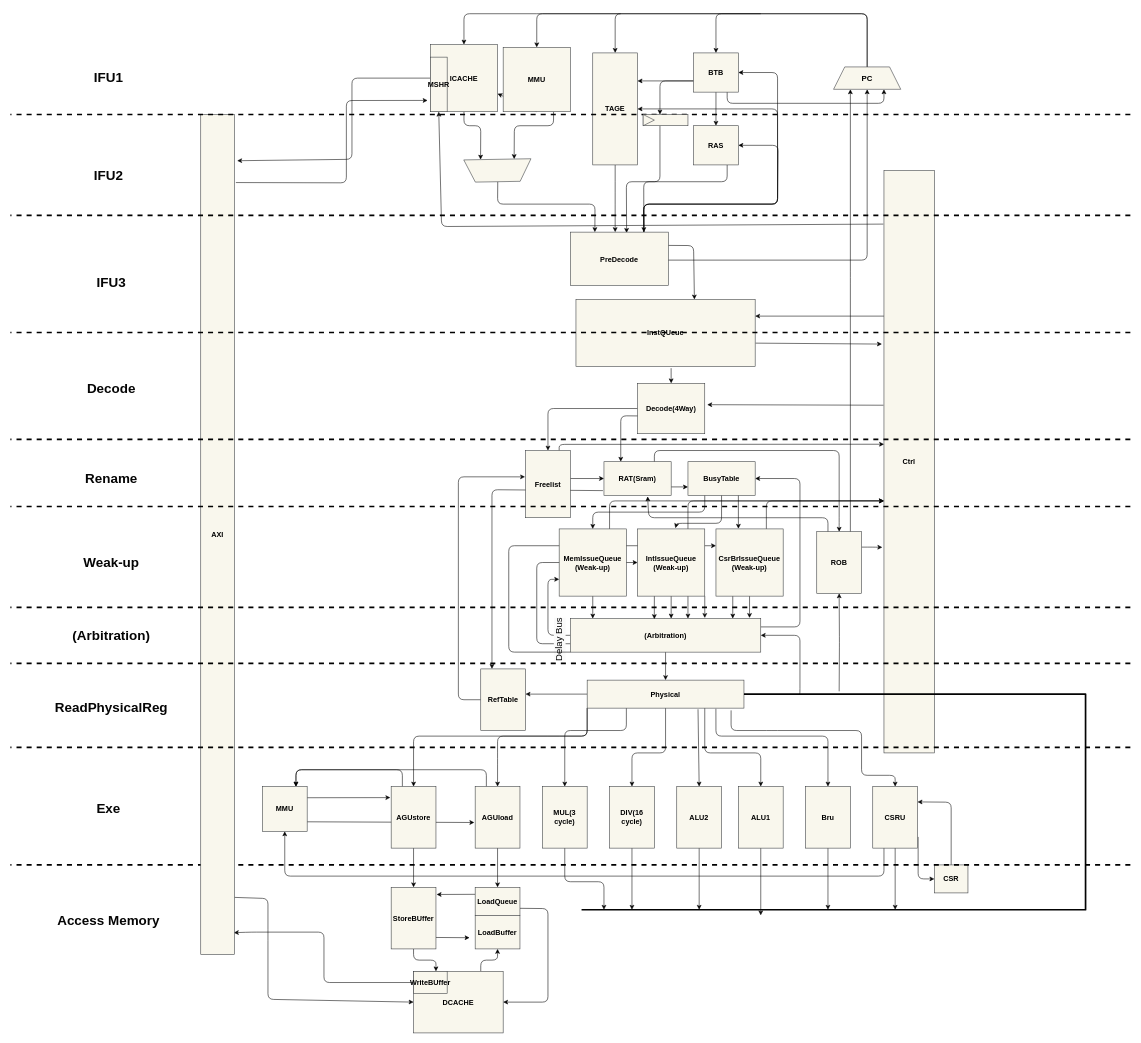
Before: doc/picture/Arch.dio in xunqianxun/LongArch-liguoqi-CPU, a draw.io diagram. Source tidied: cells renumbered, new cells numbered last; positions are measured from the earlier drawing's top-left corner, leaving out a move shared by most shapes. Both pictures are drawn from the tidied source at 56%, with x=0, y=0 at pixel (10, 13).
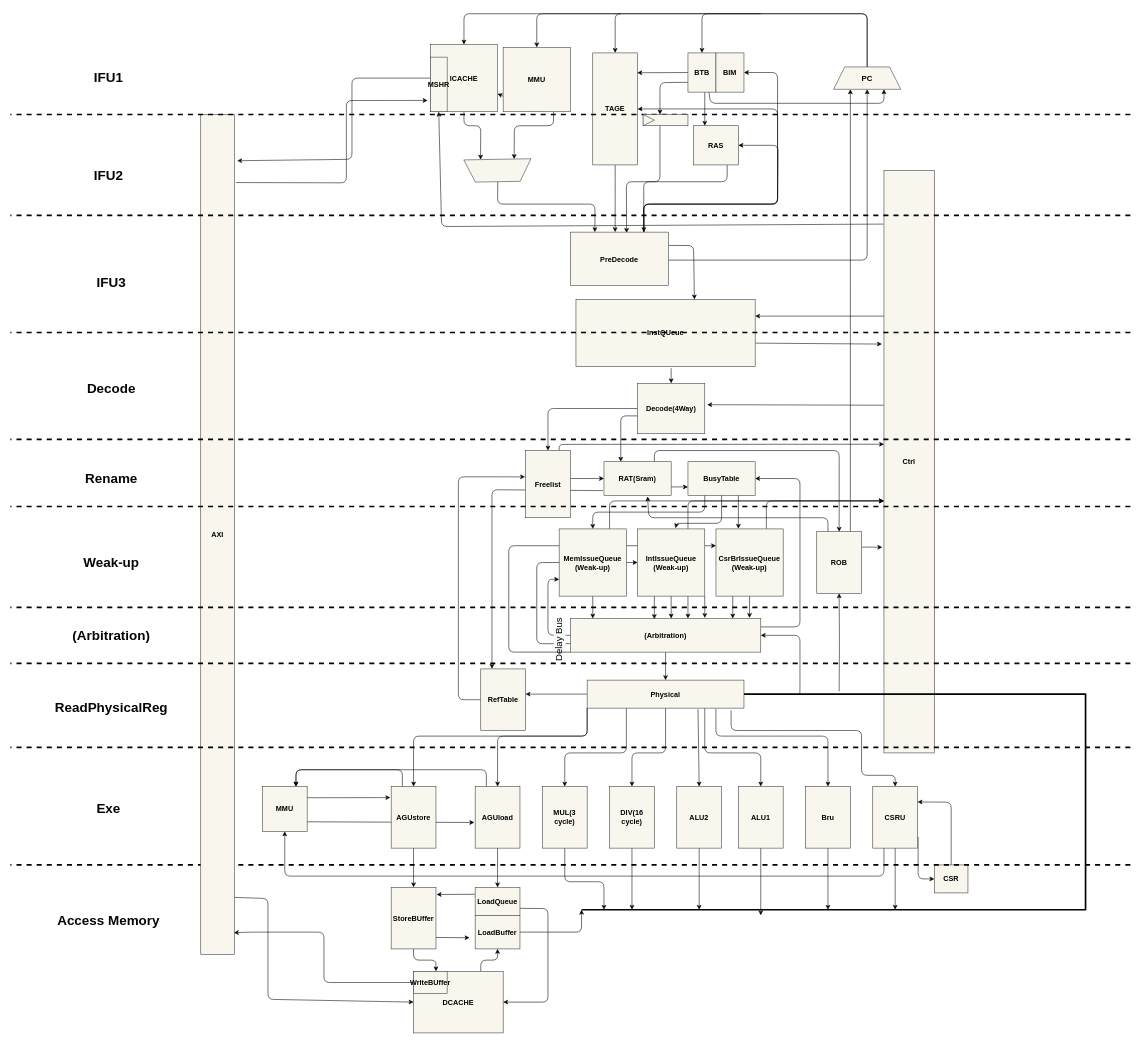
After the change.

Unchanged cells that the change refers to:
```xml
<mxCell id="15" value="&lt;b&gt;&lt;font color=&quot;#000000&quot; style=&quot;font-size: 13px;&quot;&gt;TAGE&lt;/font&gt;&lt;/b&gt;" style="whiteSpace=wrap;html=1;fillColor=#f9f7ed;strokeColor=#36393d;" parent="1" vertex="1">
  <mxGeometry x="1040" y="70" width="80" height="200" as="geometry" />
</mxCell>
<mxCell id="17" value="&lt;font color=&quot;#000000&quot;&gt;&lt;span style=&quot;font-size: 13px;&quot;&gt;&lt;b&gt;RAS&lt;/b&gt;&lt;/span&gt;&lt;/font&gt;" style="whiteSpace=wrap;html=1;fillColor=#f9f7ed;strokeColor=#36393d;" parent="1" vertex="1">
  <mxGeometry x="1220" y="200" width="80" height="70" as="geometry" />
</mxCell>
<mxCell id="69" value="&lt;b style=&quot;color: rgb(0, 0, 0); font-size: 13px;&quot;&gt;Physical&lt;/b&gt;" style="whiteSpace=wrap;html=1;fillColor=#f9f7ed;strokeColor=#36393d;" parent="1" vertex="1">
  <mxGeometry x="1030" y="1190" width="280" height="50" as="geometry" />
</mxCell>
<mxCell id="71" value="&lt;b style=&quot;color: rgb(0, 0, 0); font-size: 13px;&quot;&gt;MUL(3 cycle)&lt;/b&gt;" style="whiteSpace=wrap;html=1;fillColor=#f9f7ed;strokeColor=#36393d;" parent="1" vertex="1">
  <mxGeometry x="950" y="1380" width="80" height="110" as="geometry" />
</mxCell>
<mxCell id="137" value="&lt;b style=&quot;color: rgb(0, 0, 0); font-size: 13px;&quot;&gt;LoadBuffer&lt;/b&gt;" style="whiteSpace=wrap;html=1;fillColor=#f9f7ed;strokeColor=#36393d;" parent="1" vertex="1">
  <mxGeometry x="830" y="1610" width="80" height="60" as="geometry" />
</mxCell>
<mxCell id="139" value="&lt;font color=&quot;#000000&quot; style=&quot;font-size: 14px;&quot;&gt;&lt;b&gt;PC&lt;/b&gt;&lt;/font&gt;" style="shape=trapezoid;perimeter=trapezoidPerimeter;whiteSpace=wrap;html=1;fixedSize=1;fillColor=#f9f7ed;strokeColor=#36393d;" parent="1" vertex="1">
  <mxGeometry x="1470" y="95" width="120" height="40" as="geometry" />
</mxCell>
<mxCell id="148" value="&lt;b&gt;&lt;font color=&quot;#000000&quot; style=&quot;font-size: 13px;&quot;&gt;PreDecode&lt;/font&gt;&lt;/b&gt;" style="whiteSpace=wrap;html=1;fillColor=#f9f7ed;strokeColor=#36393d;" parent="1" vertex="1">
  <mxGeometry x="1000" y="390" width="175" height="95" as="geometry" />
</mxCell>
```

Change to the diagram source:
```diff
@@
-    <mxCell id="18" style="edgeStyle=none;html=1;exitX=0.5;exitY=1;exitDx=0;exitDy=0;fontSize=13;fontColor=#000000;strokeColor=#030303;entryX=0.5;entryY=0;entryDx=0;entryDy=0;" parent="1" edge="1" source="22" target="17">
-      <mxGeometry relative="1" as="geometry" />
+    <mxCell id="18" style="edgeStyle=none;html=1;fontSize=13;fontColor=#000000;strokeColor=#030303;entryX=0.25;entryY=0;entryDx=0;entryDy=0;" parent="1" edge="1" target="17">
+      <mxGeometry relative="1" as="geometry">
+        <mxPoint x="1240" y="140" as="sourcePoint" />
+      </mxGeometry>
     </mxCell>
-    <mxCell id="19" style="edgeStyle=none;html=1;strokeColor=#030303;fontSize=13;fontColor=#000000;entryX=1;entryY=0.25;entryDx=0;entryDy=0;" parent="1" edge="1" target="15">
-      <mxGeometry relative="1" as="geometry">
-        <mxPoint x="1220" y="120" as="sourcePoint" />
-      </mxGeometry>
+    <mxCell id="19" style="edgeStyle=none;html=1;strokeColor=#030303;fontSize=13;fontColor=#000000;entryX=0.994;entryY=0.177;entryDx=0;entryDy=0;exitX=0;exitY=0.5;exitDx=0;exitDy=0;entryPerimeter=0;" parent="1" edge="1" source="22" target="15">
+      <mxGeometry relative="1" as="geometry" />
     </mxCell>
-    <mxCell id="20" style="edgeStyle=none;html=1;exitX=0.75;exitY=1;exitDx=0;exitDy=0;entryX=0.75;entryY=1;entryDx=0;entryDy=0;strokeColor=#000000;fontSize=14;fontColor=#000000;" parent="1" edge="1" source="22" target="139">
+    <mxCell id="20" style="edgeStyle=none;html=1;entryX=0.75;entryY=1;entryDx=0;entryDy=0;strokeColor=#000000;fontSize=14;fontColor=#000000;exitX=0.75;exitY=1;exitDx=0;exitDy=0;" parent="1" edge="1" source="22" target="139">
       <mxGeometry relative="1" as="geometry">
         <Array as="points">
-          <mxPoint x="1280" y="160" />
+          <mxPoint x="1250" y="160" />
           <mxPoint x="1560" y="160" />
         </Array>
       </mxGeometry>
     </mxCell>
-    <mxCell id="21" style="edgeStyle=none;html=1;exitX=0;exitY=0.714;exitDx=0;exitDy=0;strokeColor=#000000;fontSize=14;fontColor=#000000;exitPerimeter=0;" parent="1" edge="1" source="22">
+    <mxCell id="21" style="edgeStyle=none;html=1;strokeColor=#000000;fontSize=14;fontColor=#000000;exitX=0;exitY=0.75;exitDx=0;exitDy=0;" parent="1" edge="1" source="22">
       <mxGeometry relative="1" as="geometry">
         <mxPoint x="1160" y="180" as="targetPoint" />
         <Array as="points">
-          <mxPoint x="1160" y="120" />
+          <mxPoint x="1160" y="123" />
         </Array>
       </mxGeometry>
     </mxCell>
     <mxCell id="22" value="&lt;b&gt;&lt;font color=&quot;#000000&quot; style=&quot;font-size: 13px;&quot;&gt;BTB&lt;/font&gt;&lt;/b&gt;" style="whiteSpace=wrap;html=1;fillColor=#f9f7ed;strokeColor=#36393d;" parent="1" vertex="1">
-      <mxGeometry x="1220" y="70" width="80" height="70" as="geometry" />
+      <mxGeometry x="1210" y="70" width="50" height="70" as="geometry" />
     </mxCell>
     <mxCell id="23" style="edgeStyle=none;html=1;strokeColor=#030303;fontSize=13;fontColor=#000000;entryX=0.5;entryY=0;entryDx=0;entryDy=0;" parent="1" edge="1" target="22">
       <mxGeometry relative="1" as="geometry">
         <mxPoint x="1340" as="sourcePoint" />
         <Array as="points">
-          <mxPoint x="1260" />
+          <mxPoint x="1235" />
         </Array>
       </mxGeometry>
     </mxCell>
@@
     <mxCell id="66" style="edgeStyle=none;html=1;exitX=0.25;exitY=1;exitDx=0;exitDy=0;entryX=0.5;entryY=0;entryDx=0;entryDy=0;strokeColor=#080808;strokeWidth=1;fontSize=13;fontColor=#f8f7f7;" parent="1" edge="1" source="69" target="71">
       <mxGeometry relative="1" as="geometry">
         <Array as="points">
           <mxPoint x="1100" y="1280" />
-          <mxPoint x="990" y="1280" />
+          <mxPoint x="1100" y="1320" />
+          <mxPoint x="990" y="1320" />
         </Array>
       </mxGeometry>
     </mxCell>
@@
+    <mxCell id="152" style="edgeStyle=none;html=1;exitX=1;exitY=0.5;exitDx=0;exitDy=0;strokeColor=#000000;fontSize=14;fontColor=#000000;" parent="1" edge="1" source="137">
+      <mxGeometry relative="1" as="geometry">
+        <mxPoint x="1020" y="1600" as="targetPoint" />
+        <Array as="points">
+          <mxPoint x="1020" y="1640" />
+        </Array>
+      </mxGeometry>
+    </mxCell>
@@
-    <mxCell id="145" style="edgeStyle=none;html=1;exitX=0.75;exitY=0;exitDx=0;exitDy=0;entryX=1;entryY=0.5;entryDx=0;entryDy=0;strokeColor=#000000;fontSize=14;fontColor=#000000;" parent="1" edge="1" source="148" target="22">
+    <mxCell id="145" style="edgeStyle=none;html=1;exitX=0.75;exitY=0;exitDx=0;exitDy=0;strokeColor=#000000;fontSize=14;fontColor=#000000;entryX=1;entryY=0.5;entryDx=0;entryDy=0;" parent="1" edge="1" source="148" target="153">
       <mxGeometry relative="1" as="geometry">
         <Array as="points">
           <mxPoint x="1131" y="340" />
           <mxPoint x="1370" y="340" />
           <mxPoint x="1370" y="105" />
         </Array>
       </mxGeometry>
     </mxCell>
@@
+    <mxCell id="153" value="&lt;b&gt;&lt;font color=&quot;#000000&quot; style=&quot;font-size: 13px;&quot;&gt;BIM&lt;/font&gt;&lt;/b&gt;" style="whiteSpace=wrap;html=1;fillColor=#f9f7ed;strokeColor=#36393d;" parent="1" vertex="1">
+      <mxGeometry x="1260" y="70" width="50" height="70" as="geometry" />
+    </mxCell>
```
